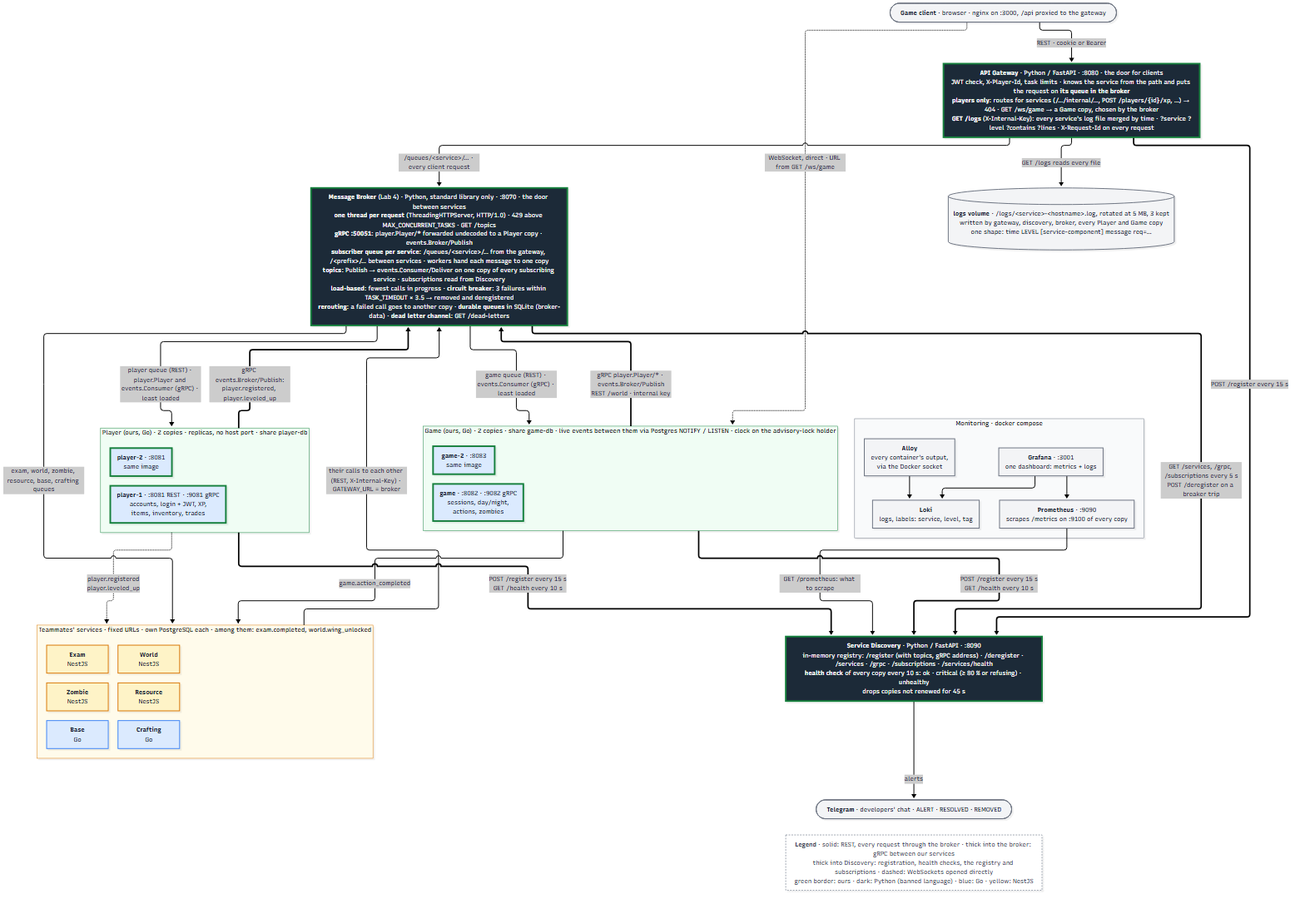
This is architecture.png from fish30008/in-kahoots-with-the-undead, a Mermaid export, as it was before one commit. Its source is kept beside it as architecture.mmd.
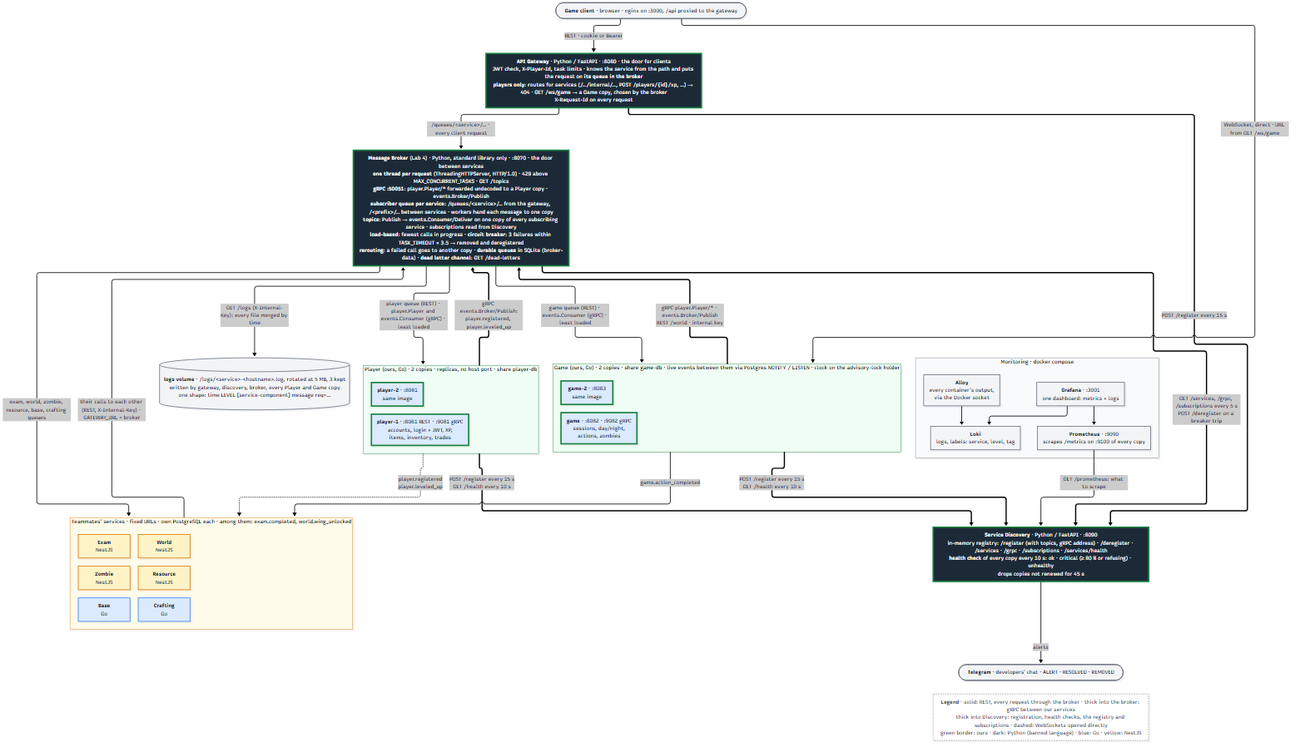
The same diagram one commit later.

Commit message:
grades 4, 8: logs on broker, gateway players only

The edit, as a diff of the source:
```diff
@@ -3,7 +3,7 @@
 
     client(["<b>Game client</b> · browser · nginx on :3000, /api proxied to the gateway"])
 
-    gateway["<b>API Gateway</b> · Python / FastAPI · :8080 · the door for clients<br/>JWT check, X-Player-Id, task limits · knows the service from the path and puts the request on <b>its queue in the broker</b><br/><b>players only</b>: routes for services (/…/internal/…, POST /players/{id}/xp, …) → 404 · GET /ws/game → a Game copy, chosen by the broker<br/><b>GET /logs</b> (X-Internal-Key): every service's log file merged by time · ?service ?level ?contains ?lines · X-Request-Id on every request"]
+    gateway["<b>API Gateway</b> · Python / FastAPI · :8080 · the door for clients<br/>JWT check, X-Player-Id, task limits · knows the service from the path and puts the request on <b>its queue in the broker</b><br/><b>players only</b>: routes for services (/…/internal/…, POST /players/{id}/xp, …) → 404 · GET /ws/game → a Game copy, chosen by the broker<br/>X-Request-Id on every request"]
 
     broker["<b>Message Broker</b> (Lab 4) · Python, standard library only · :8070 · the door between services<br/><b>one thread per request</b> (ThreadingHTTPServer, HTTP/1.0) · 429 above MAX_CONCURRENT_TASKS · GET /topics<br/><b>gRPC :50051</b>: player.Player/* forwarded undecoded to a Player copy · events.Broker/Publish<br/><b>subscriber queue per service</b>: /queues/&lt;service&gt;/… from the gateway, /&lt;prefix&gt;/… between services · workers hand each message to one copy<br/><b>topics</b>: Publish → events.Consumer/Deliver on one copy of every subscribing service · subscriptions read from Discovery<br/><b>load-based</b>: fewest calls in progress · <b>circuit breaker</b>: 3 failures within TASK_TIMEOUT × 3.5 → removed and deregistered<br/><b>rerouting</b>: a failed call goes to another copy · <b>durable queues</b> in SQLite (broker-data) · <b>dead letter channel</b>: GET /dead-letters"]
 
@@ -50,7 +50,7 @@
     gamecopies == "POST /register every 15 s<br/>GET /health every 10 s" ==> discovery
     gateway == "POST /register every 15 s" ==> discovery
     broker == "GET /services, /grpc, /subscriptions every 5 s<br/>POST /deregister on a breaker trip" ==> discovery
-    gateway -- "GET /logs reads every file" --> logs
+    broker -- "GET /logs (X-Internal-Key): every file merged by time" --> logs
     discovery -- "alerts" --> telegram
 
     subgraph monitoring["Monitoring · docker compose"]
```
